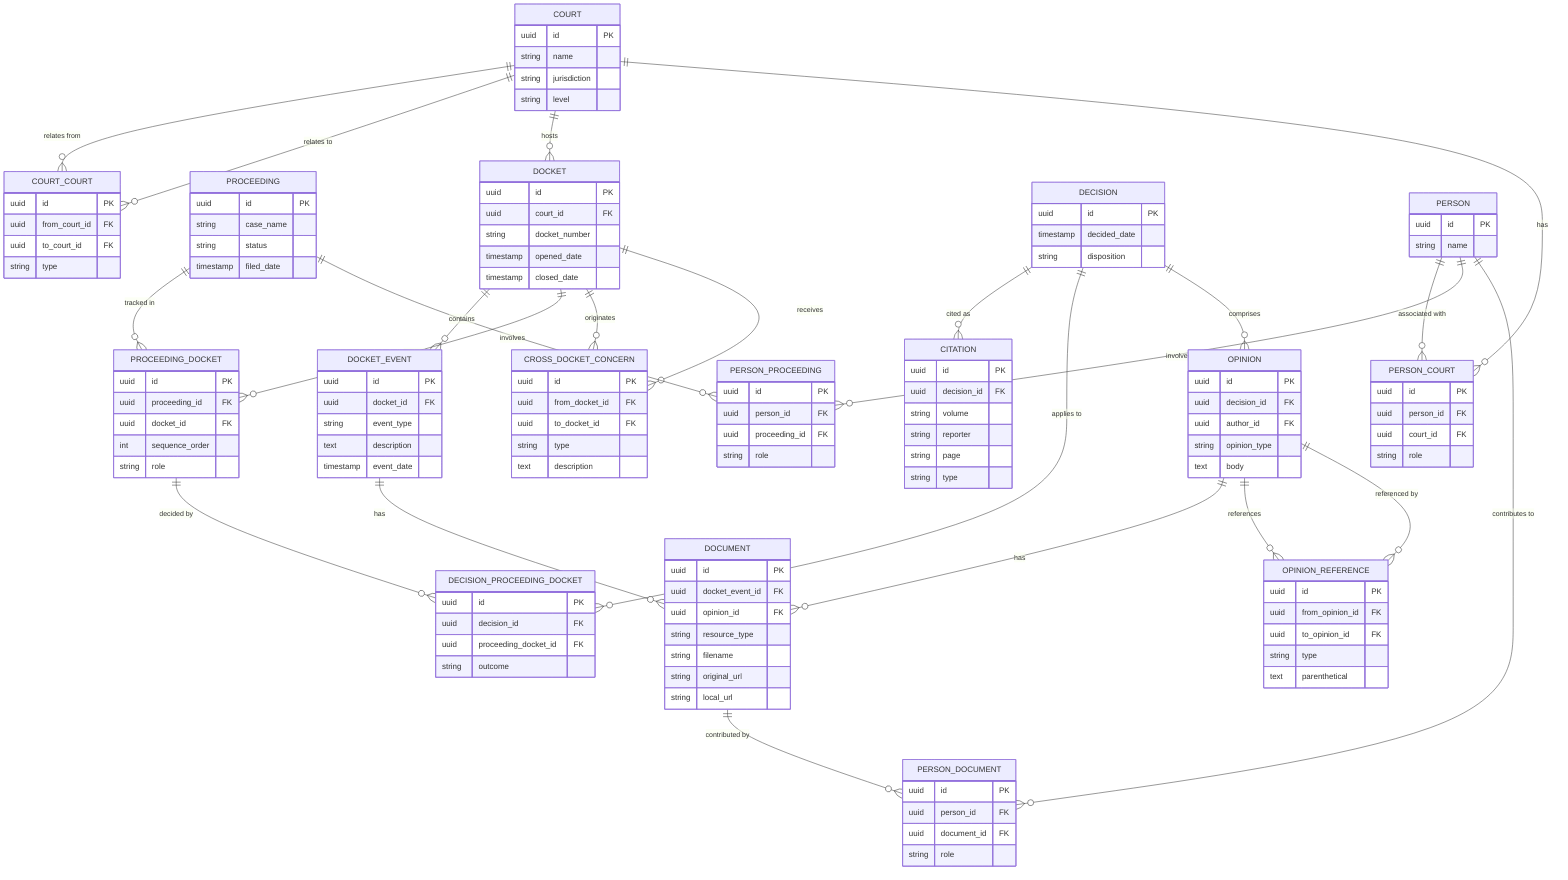
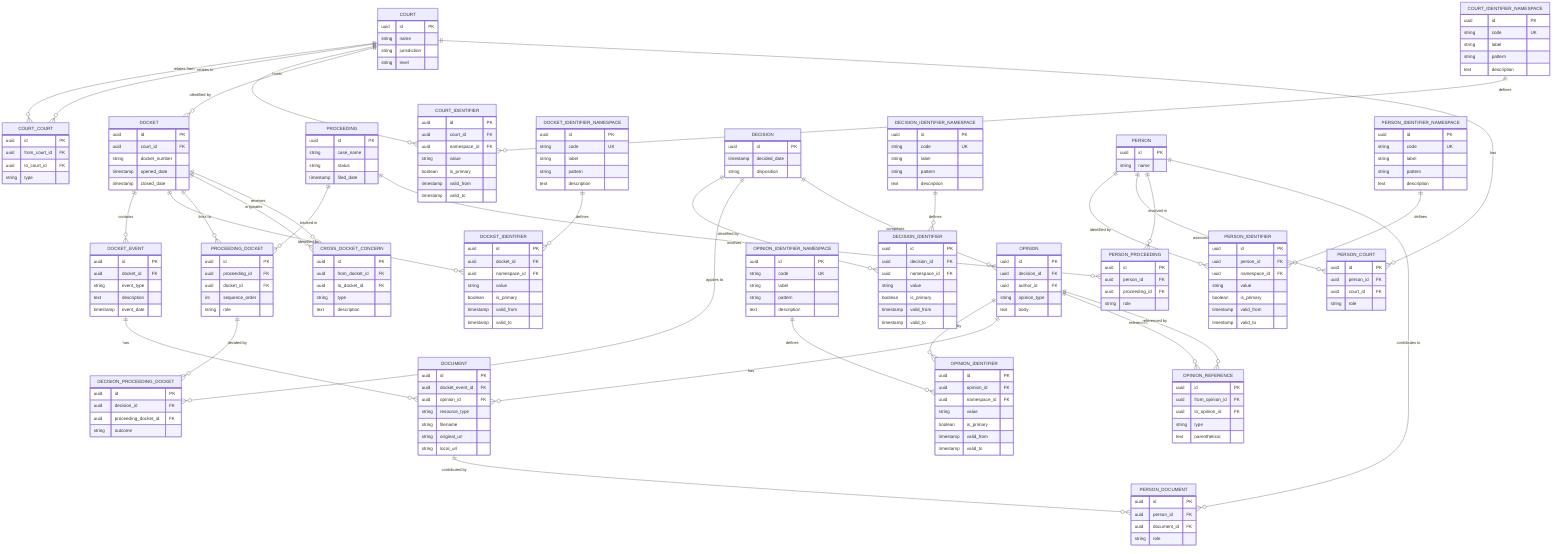
erDiagram
    COURT {
        uuid id PK
        string name
        string jurisdiction
        string level
    }
    COURT_COURT {
        uuid id PK
        uuid from_court_id FK
        uuid to_court_id FK
        string type
+     }
+     COURT_IDENTIFIER_NAMESPACE {
+         uuid id PK
+         string code UK
+         string label
+         string pattern
+         text description
+     }
+     COURT_IDENTIFIER {
+         uuid id PK
+         uuid court_id FK
+         uuid namespace_id FK
+         string value
+         boolean is_primary
+         timestamp valid_from
+         timestamp valid_to
    }
    PROCEEDING {
        uuid id PK
        string case_name
        string status
        timestamp filed_date
    }
    DOCKET {
        uuid id PK
        uuid court_id FK
        string docket_number
        timestamp opened_date
        timestamp closed_date
    }
+     DOCKET_IDENTIFIER_NAMESPACE {
+         uuid id PK
+         string code UK
+         string label
+         string pattern
+         text description
+     }
+     DOCKET_IDENTIFIER {
+         uuid id PK
+         uuid docket_id FK
+         uuid namespace_id FK
+         string value
+         boolean is_primary
+         timestamp valid_from
+         timestamp valid_to
+     }
    DOCKET_EVENT {
        uuid id PK
        uuid docket_id FK
        string event_type
        text description
        timestamp event_date
    }
    PROCEEDING_DOCKET {
        uuid id PK
        uuid proceeding_id FK
        uuid docket_id FK
        int sequence_order
        string role
    }
    DECISION {
        uuid id PK
        timestamp decided_date
        string disposition
    }
-     CITATION {
+     DECISION_IDENTIFIER_NAMESPACE {
+         uuid id PK
+         string code UK
+         string label
+         string pattern
+         text description
+     }
+     DECISION_IDENTIFIER {
        uuid id PK
        uuid decision_id FK
-         string volume
-         string reporter
-         string page
-         string type
+         uuid namespace_id FK
+         string value
+         boolean is_primary
+         timestamp valid_from
+         timestamp valid_to
    }
    DECISION_PROCEEDING_DOCKET {
        uuid id PK
        uuid decision_id FK
        uuid proceeding_docket_id FK
        string outcome
    }
    OPINION {
        uuid id PK
        uuid decision_id FK
        uuid author_id FK
        string opinion_type
        text body
    }
+     OPINION_IDENTIFIER_NAMESPACE {
+         uuid id PK
+         string code UK
+         string label
+         string pattern
+         text description
+     }
+     OPINION_IDENTIFIER {
+         uuid id PK
+         uuid opinion_id FK
+         uuid namespace_id FK
+         string value
+         boolean is_primary
+         timestamp valid_from
+         timestamp valid_to
+     }
    PERSON {
        uuid id PK
        string name
+     }
+     PERSON_IDENTIFIER_NAMESPACE {
+         uuid id PK
+         string code UK
+         string label
+         string pattern
+         text description
+     }
+     PERSON_IDENTIFIER {
+         uuid id PK
+         uuid person_id FK
+         uuid namespace_id FK
+         string value
+         boolean is_primary
+         timestamp valid_from
+         timestamp valid_to
    }
    PERSON_COURT {
        uuid id PK
        uuid person_id FK
        uuid court_id FK
        string role
    }
    PERSON_PROCEEDING {
        uuid id PK
        uuid person_id FK
        uuid proceeding_id FK
        string role
    }
    PERSON_DOCUMENT {
        uuid id PK
        uuid person_id FK
        uuid document_id FK
        string role
    }
    DOCUMENT {
        uuid id PK
        uuid docket_event_id FK
        uuid opinion_id FK
        string resource_type
        string filename
        string original_url
        string local_url
    }
    CROSS_DOCKET_CONCERN {
        uuid id PK
        uuid from_docket_id FK
        uuid to_docket_id FK
        string type
        text description
    }
    OPINION_REFERENCE {
        uuid id PK
        uuid from_opinion_id FK
        uuid to_opinion_id FK
        string type
        text parenthetical
    }

    COURT ||--o{ COURT_COURT : "relates from"
    COURT ||--o{ COURT_COURT : "relates to"
+     COURT ||--o{ COURT_IDENTIFIER : "identified by"
+     COURT_IDENTIFIER_NAMESPACE ||--o{ COURT_IDENTIFIER : "defines"
    COURT ||--o{ DOCKET : "hosts"
    DOCKET ||--o{ DOCKET_EVENT : "contains"
+     DOCKET ||--o{ DOCKET_IDENTIFIER : "identified by"
+     DOCKET_IDENTIFIER_NAMESPACE ||--o{ DOCKET_IDENTIFIER : "defines"
    PROCEEDING ||--o{ PROCEEDING_DOCKET : "tracked in"
    DOCKET ||--o{ PROCEEDING_DOCKET : "links to"
-     DECISION ||--o{ CITATION : "cited as"
+     DECISION ||--o{ DECISION_IDENTIFIER : "identified by"
+     DECISION_IDENTIFIER_NAMESPACE ||--o{ DECISION_IDENTIFIER : "defines"
    DECISION ||--o{ DECISION_PROCEEDING_DOCKET : "applies to"
    PROCEEDING_DOCKET ||--o{ DECISION_PROCEEDING_DOCKET : "decided by"
    DECISION ||--o{ OPINION : "comprises"
+     OPINION ||--o{ OPINION_IDENTIFIER : "identified by"
+     OPINION_IDENTIFIER_NAMESPACE ||--o{ OPINION_IDENTIFIER : "defines"
    DOCKET_EVENT ||--o{ DOCUMENT : "has"
    OPINION ||--o{ DOCUMENT : "has"
    DOCKET ||--o{ CROSS_DOCKET_CONCERN : "originates"
    DOCKET ||--o{ CROSS_DOCKET_CONCERN : "receives"
+     PERSON ||--o{ PERSON_IDENTIFIER : "identified by"
+     PERSON_IDENTIFIER_NAMESPACE ||--o{ PERSON_IDENTIFIER : "defines"
    PERSON ||--o{ PERSON_COURT : "associated with"
    COURT ||--o{ PERSON_COURT : "has"
    PERSON ||--o{ PERSON_PROCEEDING : "involved in"
    PROCEEDING ||--o{ PERSON_PROCEEDING : "involves"
    PERSON ||--o{ PERSON_DOCUMENT : "contributes to"
    DOCUMENT ||--o{ PERSON_DOCUMENT : "contributed by"
    OPINION ||--o{ OPINION_REFERENCE : "references"
    OPINION ||--o{ OPINION_REFERENCE : "referenced by"